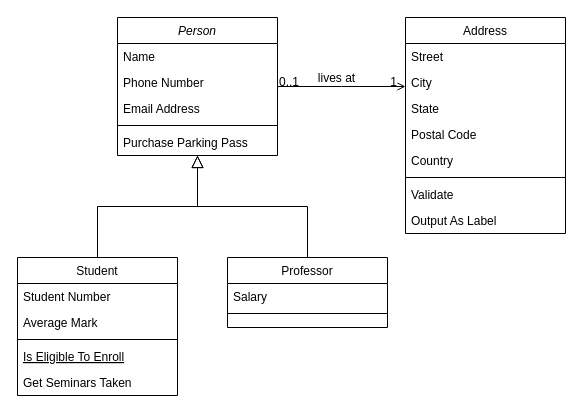
Earlier version of the draw.io diagram UML Diagram.drawio (huchu501/Space_Battle). Source tidied: cells renumbered, new cells numbered last; positions are measured from the earlier drawing's top-left corner, leaving out a move shared by most shapes. Both pictures are drawn from the tidied source at 100%, with x=0, y=0 at pixel (17, 17).
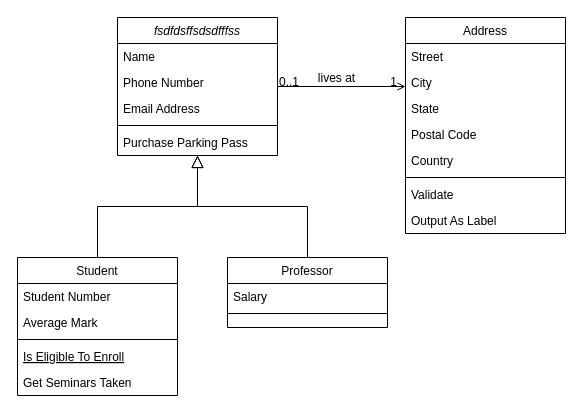
The same page after the edit.

Diff of the diagram source:
```diff
@@
-    <mxCell id="2" value="Person" style="swimlane;fontStyle=2;align=center;verticalAlign=top;horizontal=1;startSize=26;rounded=0;shadow=0;strokeWidth=1;" parent="1" vertex="1">
+    <mxCell id="2" value="fsdfdsffsdsdfffss" style="swimlane;fontStyle=2;align=center;verticalAlign=top;horizontal=1;startSize=26;rounded=0;shadow=0;strokeWidth=1;" parent="1" vertex="1">
       <mxGeometry x="100" width="160" height="138" as="geometry" />
     </mxCell>
```
